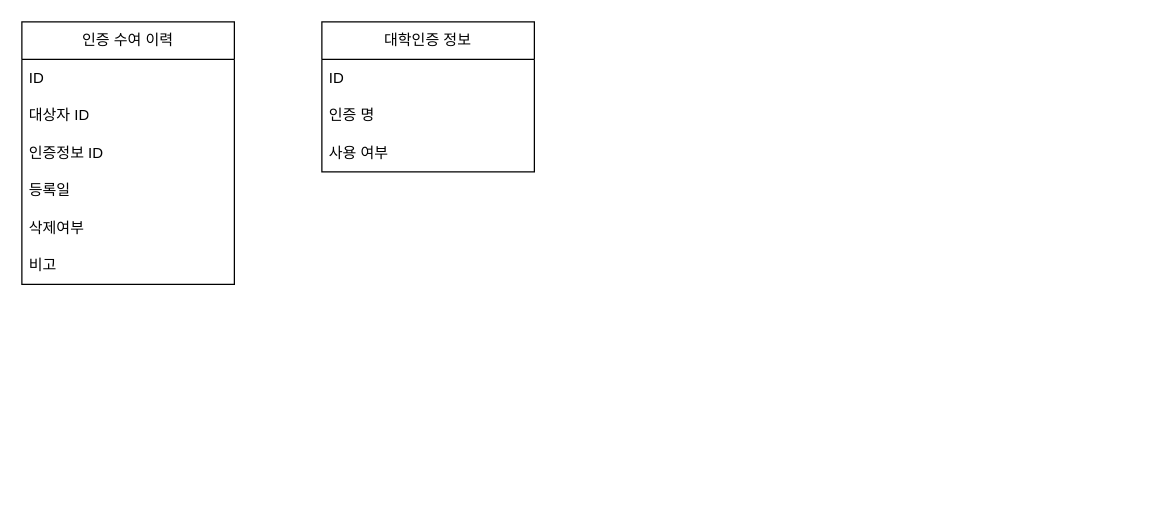
Above: page "대학인증" (1 of 4) of Table Structure.drawio in HAR00N/draw.io (draw.io), before the change. Source tidied: cells renumbered, new cells numbered last; positions are measured from the earlier drawing's top-left corner, leaving out a move shared by most shapes. Both pictures are drawn from the tidied source at 125%, with x=0, y=0 at pixel (21, 21).
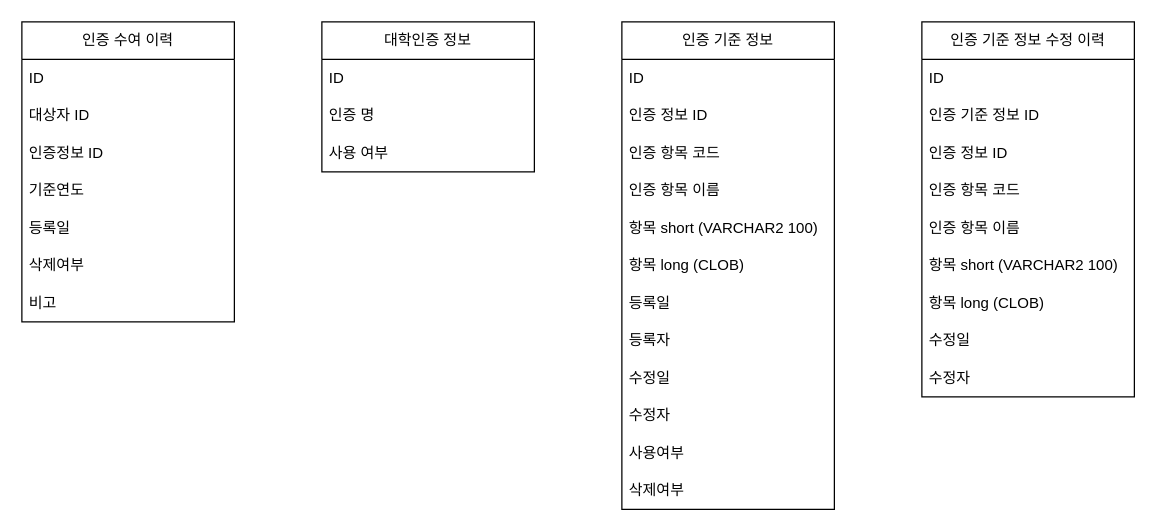
Above is the later version.

Change to the diagram source:
```diff
@@
     <mxCell id="2" value="인증 수여 이력&lt;div&gt;&lt;/div&gt;" style="swimlane;fontStyle=0;horizontal=1;startSize=30;whiteSpace=wrap;html=1;" parent="1" vertex="1">
-      <mxGeometry width="170" height="210" as="geometry" />
+      <mxGeometry width="170" height="240" as="geometry" />
     </mxCell>
@@
+    <mxCell id="13" value="기준연도" style="text;strokeColor=none;fillColor=none;align=left;verticalAlign=middle;spacingLeft=4;spacingRight=4;overflow=hidden;whiteSpace=wrap;html=1;" parent="2" vertex="1">
+      <mxGeometry y="120" width="170" height="30" as="geometry" />
+    </mxCell>
     <mxCell id="6" value="등록일" style="text;strokeColor=none;fillColor=none;align=left;verticalAlign=middle;spacingLeft=4;spacingRight=4;overflow=hidden;whiteSpace=wrap;html=1;" parent="2" vertex="1">
-      <mxGeometry y="120" width="170" height="30" as="geometry" />
+      <mxGeometry y="150" width="170" height="30" as="geometry" />
     </mxCell>
     <mxCell id="7" value="삭제여부" style="text;strokeColor=none;fillColor=none;align=left;verticalAlign=middle;spacingLeft=4;spacingRight=4;overflow=hidden;whiteSpace=wrap;html=1;" parent="2" vertex="1">
-      <mxGeometry y="150" width="170" height="30" as="geometry" />
+      <mxGeometry y="180" width="170" height="30" as="geometry" />
     </mxCell>
     <mxCell id="8" value="비고" style="text;strokeColor=none;fillColor=none;align=left;verticalAlign=middle;spacingLeft=4;spacingRight=4;overflow=hidden;whiteSpace=wrap;html=1;" parent="2" vertex="1">
-      <mxGeometry y="180" width="170" height="30" as="geometry" />
+      <mxGeometry y="210" width="170" height="30" as="geometry" />
     </mxCell>
@@
+    <mxCell id="14" value="인증 기준 정보" style="swimlane;fontStyle=0;horizontal=1;startSize=30;whiteSpace=wrap;html=1;" parent="1" vertex="1">
+      <mxGeometry x="480" width="170" height="390" as="geometry" />
+    </mxCell>
+    <mxCell id="15" value="ID" style="text;strokeColor=none;fillColor=none;align=left;verticalAlign=middle;spacingLeft=4;spacingRight=4;overflow=hidden;whiteSpace=wrap;html=1;" parent="14" vertex="1">
+      <mxGeometry y="30" width="170" height="30" as="geometry" />
+    </mxCell>
+    <mxCell id="16" value="인증 정보 ID" style="text;strokeColor=none;fillColor=none;align=left;verticalAlign=middle;spacingLeft=4;spacingRight=4;overflow=hidden;whiteSpace=wrap;html=1;" parent="14" vertex="1">
+      <mxGeometry y="60" width="170" height="30" as="geometry" />
+    </mxCell>
+    <mxCell id="17" value="인증 항목 코드" style="text;strokeColor=none;fillColor=none;align=left;verticalAlign=middle;spacingLeft=4;spacingRight=4;overflow=hidden;whiteSpace=wrap;html=1;" parent="14" vertex="1">
+      <mxGeometry y="90" width="170" height="30" as="geometry" />
+    </mxCell>
+    <mxCell id="18" value="인증 항목 이름" style="text;strokeColor=none;fillColor=none;align=left;verticalAlign=middle;spacingLeft=4;spacingRight=4;overflow=hidden;whiteSpace=wrap;html=1;" parent="14" vertex="1">
+      <mxGeometry y="120" width="170" height="30" as="geometry" />
+    </mxCell>
+    <mxCell id="19" value="항목 short (VARCHAR2 100)" style="text;strokeColor=none;fillColor=none;align=left;verticalAlign=middle;spacingLeft=4;spacingRight=4;overflow=hidden;whiteSpace=wrap;html=1;" parent="14" vertex="1">
+      <mxGeometry y="150" width="170" height="30" as="geometry" />
+    </mxCell>
+    <mxCell id="20" value="항목 long (CLOB)" style="text;strokeColor=none;fillColor=none;align=left;verticalAlign=middle;spacingLeft=4;spacingRight=4;overflow=hidden;whiteSpace=wrap;html=1;" parent="14" vertex="1">
+      <mxGeometry y="180" width="170" height="30" as="geometry" />
+    </mxCell>
+    <mxCell id="21" value="등록일" style="text;strokeColor=none;fillColor=none;align=left;verticalAlign=middle;spacingLeft=4;spacingRight=4;overflow=hidden;whiteSpace=wrap;html=1;" parent="14" vertex="1">
+      <mxGeometry y="210" width="170" height="30" as="geometry" />
+    </mxCell>
+    <mxCell id="22" value="등록자" style="text;strokeColor=none;fillColor=none;align=left;verticalAlign=middle;spacingLeft=4;spacingRight=4;overflow=hidden;whiteSpace=wrap;html=1;" parent="14" vertex="1">
+      <mxGeometry y="240" width="170" height="30" as="geometry" />
+    </mxCell>
+    <mxCell id="23" value="수정일" style="text;strokeColor=none;fillColor=none;align=left;verticalAlign=middle;spacingLeft=4;spacingRight=4;overflow=hidden;whiteSpace=wrap;html=1;" parent="14" vertex="1">
+      <mxGeometry y="270" width="170" height="30" as="geometry" />
+    </mxCell>
+    <mxCell id="24" value="수정자" style="text;strokeColor=none;fillColor=none;align=left;verticalAlign=middle;spacingLeft=4;spacingRight=4;overflow=hidden;whiteSpace=wrap;html=1;" parent="14" vertex="1">
+      <mxGeometry y="300" width="170" height="30" as="geometry" />
+    </mxCell>
+    <mxCell id="25" value="사용여부" style="text;strokeColor=none;fillColor=none;align=left;verticalAlign=middle;spacingLeft=4;spacingRight=4;overflow=hidden;whiteSpace=wrap;html=1;" parent="14" vertex="1">
+      <mxGeometry y="330" width="170" height="30" as="geometry" />
+    </mxCell>
+    <mxCell id="26" value="삭제여부" style="text;strokeColor=none;fillColor=none;align=left;verticalAlign=middle;spacingLeft=4;spacingRight=4;overflow=hidden;whiteSpace=wrap;html=1;" parent="14" vertex="1">
+      <mxGeometry y="360" width="170" height="30" as="geometry" />
+    </mxCell>
+    <mxCell id="27" value="인증 기준 정보 수정 이력" style="swimlane;fontStyle=0;horizontal=1;startSize=30;whiteSpace=wrap;html=1;" parent="1" vertex="1">
+      <mxGeometry x="720" width="170" height="300" as="geometry" />
+    </mxCell>
+    <mxCell id="28" value="ID" style="text;strokeColor=none;fillColor=none;align=left;verticalAlign=middle;spacingLeft=4;spacingRight=4;overflow=hidden;whiteSpace=wrap;html=1;" parent="27" vertex="1">
+      <mxGeometry y="30" width="170" height="30" as="geometry" />
+    </mxCell>
+    <mxCell id="29" value="인증 기준 정보 ID" style="text;strokeColor=none;fillColor=none;align=left;verticalAlign=middle;spacingLeft=4;spacingRight=4;overflow=hidden;whiteSpace=wrap;html=1;" parent="27" vertex="1">
+      <mxGeometry y="60" width="170" height="30" as="geometry" />
+    </mxCell>
+    <mxCell id="30" value="인증 정보 ID" style="text;strokeColor=none;fillColor=none;align=left;verticalAlign=middle;spacingLeft=4;spacingRight=4;overflow=hidden;whiteSpace=wrap;html=1;" parent="27" vertex="1">
+      <mxGeometry y="90" width="170" height="30" as="geometry" />
+    </mxCell>
+    <mxCell id="31" value="인증 항목 코드" style="text;strokeColor=none;fillColor=none;align=left;verticalAlign=middle;spacingLeft=4;spacingRight=4;overflow=hidden;whiteSpace=wrap;html=1;" parent="27" vertex="1">
+      <mxGeometry y="120" width="170" height="30" as="geometry" />
+    </mxCell>
+    <mxCell id="32" value="인증 항목 이름" style="text;strokeColor=none;fillColor=none;align=left;verticalAlign=middle;spacingLeft=4;spacingRight=4;overflow=hidden;whiteSpace=wrap;html=1;" parent="27" vertex="1">
+      <mxGeometry y="150" width="170" height="30" as="geometry" />
+    </mxCell>
+    <mxCell id="33" value="항목 short (VARCHAR2 100)" style="text;strokeColor=none;fillColor=none;align=left;verticalAlign=middle;spacingLeft=4;spacingRight=4;overflow=hidden;whiteSpace=wrap;html=1;" parent="27" vertex="1">
+      <mxGeometry y="180" width="170" height="30" as="geometry" />
+    </mxCell>
+    <mxCell id="34" value="항목 long (CLOB)" style="text;strokeColor=none;fillColor=none;align=left;verticalAlign=middle;spacingLeft=4;spacingRight=4;overflow=hidden;whiteSpace=wrap;html=1;" parent="27" vertex="1">
+      <mxGeometry y="210" width="170" height="30" as="geometry" />
+    </mxCell>
+    <mxCell id="35" value="수정일" style="text;strokeColor=none;fillColor=none;align=left;verticalAlign=middle;spacingLeft=4;spacingRight=4;overflow=hidden;whiteSpace=wrap;html=1;" parent="27" vertex="1">
+      <mxGeometry y="240" width="170" height="30" as="geometry" />
+    </mxCell>
+    <mxCell id="36" value="수정자" style="text;strokeColor=none;fillColor=none;align=left;verticalAlign=middle;spacingLeft=4;spacingRight=4;overflow=hidden;whiteSpace=wrap;html=1;" parent="27" vertex="1">
+      <mxGeometry y="270" width="170" height="30" as="geometry" />
+    </mxCell>
```
